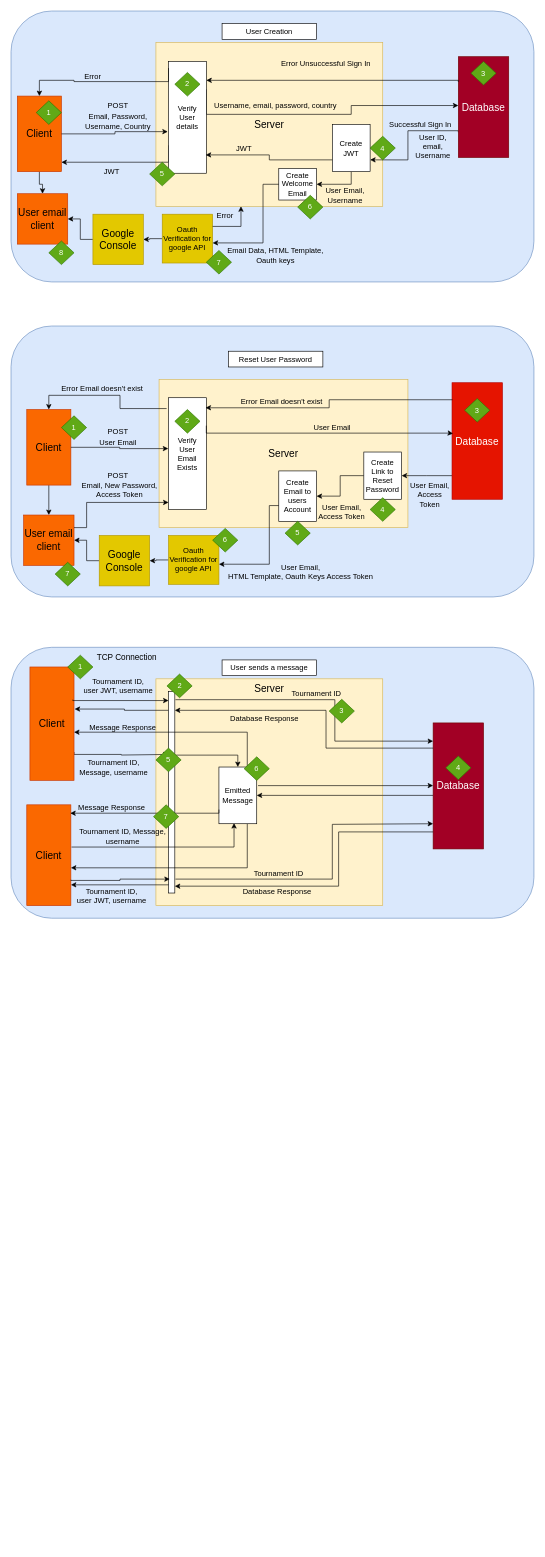
This is docs/User Creation Sequence Diagram.drawio from Bendavies96/T3A2-full-stack-app-part-a, a draw.io file, before an edit. Source tidied: cells renumbered, new cells numbered last; positions are measured from the earlier drawing's top-left corner, leaving out a move shared by most shapes. Both pictures are drawn from the tidied source at 63%, with x=0, y=0 at pixel (11, 11).
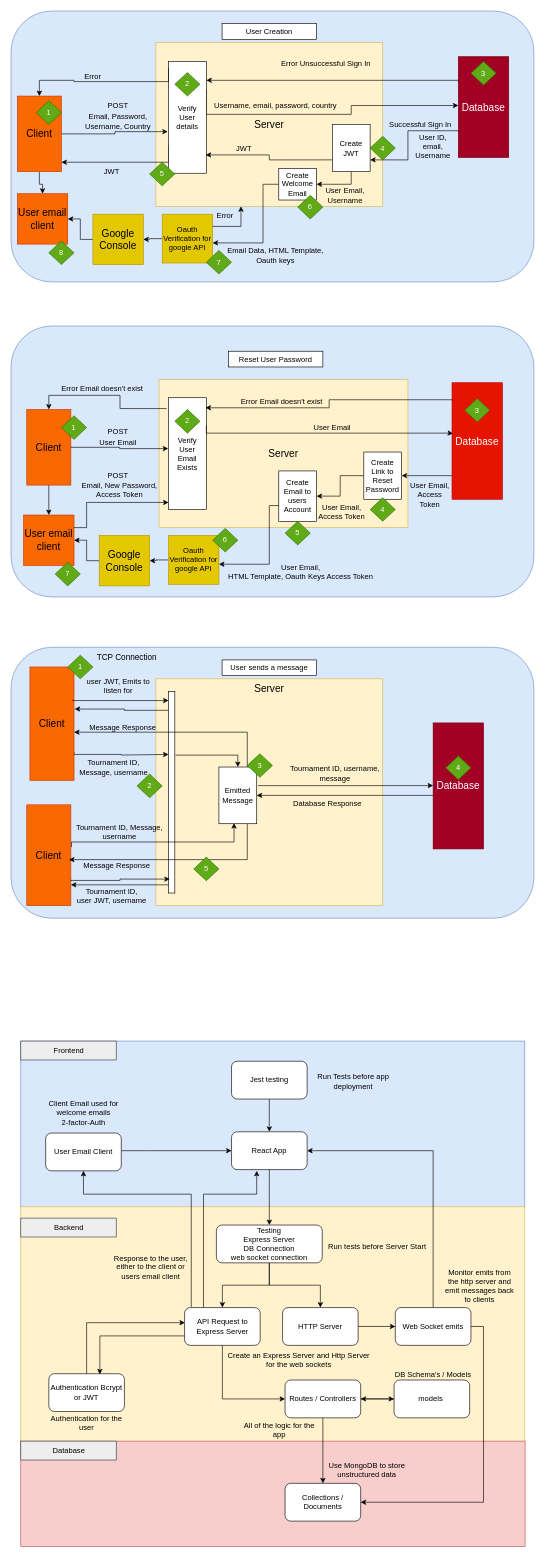
The same page after the edit.

Unchanged cells that the change refers to:
```xml
<mxCell id="97" style="rounded=0;whiteSpace=wrap;html=1;" parent="1" vertex="1">
  <mxGeometry x="250" y="1080" width="10" height="320" as="geometry" />
</mxCell>
<mxCell id="100" value="&lt;span style=&quot;font-size: 16px;&quot;&gt;Client&lt;/span&gt;" style="rounded=0;whiteSpace=wrap;html=1;fillColor=#fa6800;strokeColor=#C73500;fontColor=#000000;" parent="1" vertex="1">
  <mxGeometry x="25" y="1260" width="70" height="160" as="geometry" />
</mxCell>
<mxCell id="110" value="Emitted Message" style="rounded=0;whiteSpace=wrap;html=1;" parent="1" vertex="1">
  <mxGeometry x="330" y="1200" width="60" height="90" as="geometry" />
</mxCell>
```

Diff of the diagram source:
```diff
@@
-    <mxCell id="95" style="edgeStyle=orthogonalEdgeStyle;rounded=0;jettySize=auto;html=1;exitX=1.1;exitY=0.041;exitDx=0;exitDy=0;exitPerimeter=0;" parent="1" edge="1" source="97">
-      <mxGeometry relative="1" as="geometry">
-        <mxPoint x="670" y="1158.9" as="targetPoint" />
-        <Array as="points">
-          <mxPoint x="514" y="1093" />
-          <mxPoint x="514" y="1159" />
-        </Array>
-      </mxGeometry>
-    </mxCell>
@@
     <mxCell id="99" style="edgeStyle=orthogonalEdgeStyle;rounded=0;jettySize=auto;html=1;entryX=0.4;entryY=0.989;entryDx=0;entryDy=0;exitX=1.014;exitY=0.419;exitDx=0;exitDy=0;exitPerimeter=0;entryPerimeter=0;" parent="1" edge="1" source="100" target="110">
-      <mxGeometry relative="1" as="geometry" />
+      <mxGeometry relative="1" as="geometry">
+        <Array as="points">
+          <mxPoint x="96" y="1319" />
+          <mxPoint x="354" y="1319" />
+        </Array>
+      </mxGeometry>
     </mxCell>
@@
     <mxCell id="102" value="2" style="rhombus;whiteSpace=wrap;html=1;fillColor=#60a917;strokeColor=#2D7600;fontColor=#ffffff;" parent="1" vertex="1">
-      <mxGeometry x="247.5" y="1052.5" width="40" height="37.5" as="geometry" />
+      <mxGeometry x="200" y="1211.2" width="40" height="37.5" as="geometry" />
     </mxCell>
-    <mxCell id="103" value="3" style="rhombus;whiteSpace=wrap;html=1;fillColor=#60a917;strokeColor=#2D7600;fontColor=#ffffff;" parent="1" vertex="1">
-      <mxGeometry x="505" y="1092.5" width="40" height="37.5" as="geometry" />
-    </mxCell>
@@
-    <mxCell id="105" style="edgeStyle=orthogonalEdgeStyle;rounded=0;orthogonalLoop=1;jettySize=auto;html=1;" parent="1" edge="1">
-      <mxGeometry relative="1" as="geometry">
-        <mxPoint x="670" y="1170" as="sourcePoint" />
-        <mxPoint x="260" y="1110" as="targetPoint" />
-        <Array as="points">
-          <mxPoint x="667" y="1170" />
-          <mxPoint x="500" y="1170" />
-          <mxPoint x="500" y="1110" />
-        </Array>
-      </mxGeometry>
-    </mxCell>
-    <mxCell id="106" style="edgeStyle=orthogonalEdgeStyle;rounded=0;jettySize=auto;html=1;entryX=0;entryY=0.25;entryDx=0;entryDy=0;exitX=1.1;exitY=0.931;exitDx=0;exitDy=0;exitPerimeter=0;" parent="1" edge="1" source="97">
-      <mxGeometry relative="1" as="geometry">
-        <mxPoint x="670" y="1290" as="targetPoint" />
-        <Array as="points">
-          <mxPoint x="510" y="1378" />
-          <mxPoint x="510" y="1291" />
-        </Array>
-      </mxGeometry>
-    </mxCell>
-    <mxCell id="107" style="edgeStyle=orthogonalEdgeStyle;rounded=0;jettySize=auto;html=1;entryX=1;entryY=0.966;entryDx=0;entryDy=0;entryPerimeter=0;" parent="1" edge="1" target="97">
-      <mxGeometry relative="1" as="geometry">
-        <mxPoint x="670" y="1303" as="sourcePoint" />
-        <Array as="points">
-          <mxPoint x="520" y="1303" />
-          <mxPoint x="520" y="1389" />
-        </Array>
-      </mxGeometry>
-    </mxCell>
@@
     <mxCell id="109" style="edgeStyle=orthogonalEdgeStyle;rounded=0;jettySize=auto;html=1;exitX=0.75;exitY=1;exitDx=0;exitDy=0;" parent="1" edge="1" source="110">
       <mxGeometry relative="1" as="geometry">
-        <mxPoint x="95" y="1360" as="targetPoint" />
+        <mxPoint x="92" y="1347" as="targetPoint" />
         <Array as="points">
-          <mxPoint x="375" y="1360" />
-          <mxPoint x="95" y="1360" />
+          <mxPoint x="375" y="1347" />
         </Array>
       </mxGeometry>
     </mxCell>
@@
-    <mxCell id="112" style="edgeStyle=orthogonalEdgeStyle;rounded=0;jettySize=auto;html=1;exitX=0;exitY=0.75;exitDx=0;exitDy=0;entryX=0.986;entryY=0.083;entryDx=0;entryDy=0;entryPerimeter=0;" parent="1" edge="1" source="110" target="100">
-      <mxGeometry relative="1" as="geometry">
-        <Array as="points">
-          <mxPoint x="330" y="1273" />
-        </Array>
-      </mxGeometry>
-    </mxCell>
@@
     <mxCell id="115" value="5" style="rhombus;whiteSpace=wrap;html=1;fillColor=#60a917;strokeColor=#2D7600;fontColor=#ffffff;" parent="1" vertex="1">
-      <mxGeometry x="230" y="1170" width="40" height="37.5" as="geometry" />
+      <mxGeometry x="290" y="1343" width="40" height="37.5" as="geometry" />
     </mxCell>
-    <mxCell id="116" value="6" style="rhombus;whiteSpace=wrap;html=1;fillColor=#60a917;strokeColor=#2D7600;fontColor=#ffffff;" parent="1" vertex="1">
-      <mxGeometry x="370" y="1183.8" width="40" height="37.5" as="geometry" />
+    <mxCell id="116" value="3" style="rhombus;whiteSpace=wrap;html=1;fillColor=#60a917;strokeColor=#2D7600;fontColor=#ffffff;" parent="1" vertex="1">
+      <mxGeometry x="375" y="1178.8" width="40" height="37.5" as="geometry" />
     </mxCell>
-    <mxCell id="117" value="7" style="rhombus;whiteSpace=wrap;html=1;fillColor=#60a917;strokeColor=#2D7600;fontColor=#ffffff;" parent="1" vertex="1">
-      <mxGeometry x="226.2" y="1260" width="40" height="37.5" as="geometry" />
-    </mxCell>
@@
-    <mxCell id="119" value="Tournament ID,&lt;div&gt;user JWT, username&lt;/div&gt;" style="text;html=1;align=center;verticalAlign=middle;whiteSpace=wrap;rounded=0;" parent="1" vertex="1">
+    <mxCell id="119" value="&lt;div&gt;user JWT, Emits to listen for&lt;/div&gt;" style="text;html=1;align=center;verticalAlign=middle;whiteSpace=wrap;rounded=0;" parent="1" vertex="1">
       <mxGeometry x="107.5" y="1056.2" width="125" height="30" as="geometry" />
     </mxCell>
-    <mxCell id="120" value="Tournament ID" style="text;html=1;align=center;verticalAlign=middle;whiteSpace=wrap;rounded=0;" parent="1" vertex="1">
-      <mxGeometry x="415" y="1067.5" width="140" height="30" as="geometry" />
-    </mxCell>
@@
     <mxCell id="123" value="Message Response" style="text;html=1;align=center;verticalAlign=middle;whiteSpace=wrap;rounded=0;" parent="1" vertex="1">
-      <mxGeometry x="100" y="1250" width="120" height="30" as="geometry" />
+      <mxGeometry x="107.5" y="1341" width="120" height="30" as="geometry" />
     </mxCell>
@@
-    <mxCell id="125" value="Database Response" style="text;html=1;align=center;verticalAlign=middle;whiteSpace=wrap;rounded=0;" parent="1" vertex="1">
-      <mxGeometry x="310" y="1115" width="185" height="15" as="geometry" />
-    </mxCell>
-    <mxCell id="126" value="Tournament ID" style="text;html=1;align=center;verticalAlign=middle;whiteSpace=wrap;rounded=0;" parent="1" vertex="1">
-      <mxGeometry x="355" y="1360" width="140" height="20" as="geometry" />
+    <mxCell id="126" value="Tournament ID, username, message" style="text;html=1;align=center;verticalAlign=middle;whiteSpace=wrap;rounded=0;" parent="1" vertex="1">
+      <mxGeometry x="435" y="1193" width="159" height="34.5" as="geometry" />
     </mxCell>
     <mxCell id="127" value="Database Response" style="text;html=1;align=center;verticalAlign=middle;whiteSpace=wrap;rounded=0;" parent="1" vertex="1">
-      <mxGeometry x="330" y="1390" width="185" height="15" as="geometry" />
+      <mxGeometry x="410" y="1250" width="185" height="15" as="geometry" />
     </mxCell>
     <mxCell id="128" value="Tournament ID, Message, username" style="text;html=1;align=center;verticalAlign=middle;whiteSpace=wrap;rounded=0;" parent="1" vertex="1">
-      <mxGeometry x="96.2" y="1297.5" width="162.5" height="25" as="geometry" />
+      <mxGeometry x="91.2" y="1290" width="162.5" height="25" as="geometry" />
     </mxCell>
@@
+    <mxCell id="130" style="rounded=0;whiteSpace=wrap;html=1;fillColor=#dae8fc;strokeColor=#6c8ebf;" parent="1" vertex="1">
+      <mxGeometry x="15.5" y="1635" width="800" height="264" as="geometry" />
+    </mxCell>
+    <mxCell id="131" style="rounded=0;whiteSpace=wrap;html=1;fillColor=#fff2cc;strokeColor=#d6b656;" parent="1" vertex="1">
+      <mxGeometry x="15.5" y="1898" width="800" height="374" as="geometry" />
+    </mxCell>
+    <mxCell id="132" style="rounded=0;whiteSpace=wrap;html=1;fillColor=#f8cecc;strokeColor=#b85450;" parent="1" vertex="1">
+      <mxGeometry x="15.5" y="2270" width="800.5" height="167" as="geometry" />
+    </mxCell>
+    <mxCell id="133" value="Frontend" style="rounded=0;whiteSpace=wrap;html=1;fillColor=#eeeeee;strokeColor=#36393d;" parent="1" vertex="1">
+      <mxGeometry x="15.5" y="1635" width="151.5" height="30" as="geometry" />
+    </mxCell>
+    <mxCell id="134" value="Backend" style="rounded=0;whiteSpace=wrap;html=1;fillColor=#eeeeee;strokeColor=#36393d;" parent="1" vertex="1">
+      <mxGeometry x="15.5" y="1916" width="151.5" height="30" as="geometry" />
+    </mxCell>
+    <mxCell id="135" value="Database" style="rounded=0;whiteSpace=wrap;html=1;fillColor=#eeeeee;strokeColor=#36393d;" parent="1" vertex="1">
+      <mxGeometry x="15.5" y="2270" width="151.5" height="30" as="geometry" />
+    </mxCell>
+    <mxCell id="136" style="edgeStyle=orthogonalEdgeStyle;rounded=0;jettySize=auto;html=1;entryX=0.5;entryY=0;entryDx=0;entryDy=0;" parent="1" edge="1" source="137" target="161">
+      <mxGeometry relative="1" as="geometry">
+        <Array as="points">
+          <mxPoint x="410" y="1857" />
+          <mxPoint x="410" y="1857" />
+        </Array>
+      </mxGeometry>
+    </mxCell>
+    <mxCell id="137" value="React App" style="rounded=1;whiteSpace=wrap;html=1;" parent="1" vertex="1">
+      <mxGeometry x="350" y="1779" width="120" height="60" as="geometry" />
+    </mxCell>
+    <mxCell id="138" style="edgeStyle=orthogonalEdgeStyle;rounded=0;jettySize=auto;html=1;entryX=0.5;entryY=0;entryDx=0;entryDy=0;" parent="1" edge="1" source="139" target="137">
+      <mxGeometry relative="1" as="geometry" />
+    </mxCell>
+    <mxCell id="139" value="Jest testing" style="rounded=1;whiteSpace=wrap;html=1;" parent="1" vertex="1">
+      <mxGeometry x="350" y="1667" width="120" height="60" as="geometry" />
+    </mxCell>
+    <mxCell id="140" style="edgeStyle=orthogonalEdgeStyle;rounded=0;jettySize=auto;html=1;entryX=0;entryY=0.5;entryDx=0;entryDy=0;" parent="1" edge="1" source="141" target="137">
+      <mxGeometry relative="1" as="geometry">
+        <Array as="points">
+          <mxPoint x="217" y="1809" />
+          <mxPoint x="217" y="1809" />
+        </Array>
+      </mxGeometry>
+    </mxCell>
+    <mxCell id="141" value="User Email Client" style="rounded=1;whiteSpace=wrap;html=1;" parent="1" vertex="1">
+      <mxGeometry x="55" y="1781" width="120" height="60" as="geometry" />
+    </mxCell>
+    <mxCell id="142" style="edgeStyle=orthogonalEdgeStyle;rounded=0;jettySize=auto;html=1;entryX=0;entryY=0.5;entryDx=0;entryDy=0;exitX=0.5;exitY=1;exitDx=0;exitDy=0;" parent="1" edge="1" source="144" target="152">
+      <mxGeometry relative="1" as="geometry" />
+    </mxCell>
+    <mxCell id="143" style="edgeStyle=orthogonalEdgeStyle;rounded=0;jettySize=auto;html=1;exitX=0.088;exitY=-0.017;exitDx=0;exitDy=0;exitPerimeter=0;" parent="1" edge="1" source="144" target="141">
+      <mxGeometry relative="1" as="geometry">
+        <Array as="points">
+          <mxPoint x="286" y="1878" />
+          <mxPoint x="115" y="1878" />
+        </Array>
+      </mxGeometry>
+    </mxCell>
+    <mxCell id="144" value="API Request to Express Server" style="rounded=1;whiteSpace=wrap;html=1;" parent="1" vertex="1">
+      <mxGeometry x="275.5" y="2058" width="120" height="60" as="geometry" />
+    </mxCell>
+    <mxCell id="145" style="edgeStyle=orthogonalEdgeStyle;rounded=0;jettySize=auto;html=1;entryX=0;entryY=0.5;entryDx=0;entryDy=0;" parent="1" edge="1" source="146" target="155">
+      <mxGeometry relative="1" as="geometry" />
+    </mxCell>
+    <mxCell id="146" value="HTTP Server" style="rounded=1;whiteSpace=wrap;html=1;" parent="1" vertex="1">
+      <mxGeometry x="431" y="2058" width="120" height="60" as="geometry" />
+    </mxCell>
+    <mxCell id="147" value="Authentication Bcrypt or JWT" style="rounded=1;whiteSpace=wrap;html=1;" parent="1" vertex="1">
+      <mxGeometry x="60" y="2163" width="120" height="60" as="geometry" />
+    </mxCell>
+    <mxCell id="148" style="edgeStyle=orthogonalEdgeStyle;rounded=0;jettySize=auto;html=1;entryX=0.004;entryY=0.4;entryDx=0;entryDy=0;entryPerimeter=0;exitX=0.5;exitY=0;exitDx=0;exitDy=0;" parent="1" edge="1" source="147" target="144">
+      <mxGeometry relative="1" as="geometry" />
+    </mxCell>
+    <mxCell id="149" style="edgeStyle=orthogonalEdgeStyle;rounded=0;jettySize=auto;html=1;entryX=0.675;entryY=0.017;entryDx=0;entryDy=0;entryPerimeter=0;exitX=0;exitY=0.75;exitDx=0;exitDy=0;" parent="1" edge="1" source="144" target="147">
+      <mxGeometry relative="1" as="geometry" />
+    </mxCell>
+    <mxCell id="150" style="edgeStyle=orthogonalEdgeStyle;rounded=0;jettySize=auto;html=1;" parent="1" edge="1" source="152" target="158">
+      <mxGeometry relative="1" as="geometry" />
+    </mxCell>
+    <mxCell id="151" style="edgeStyle=orthogonalEdgeStyle;rounded=0;jettySize=auto;html=1;entryX=0.5;entryY=0;entryDx=0;entryDy=0;" parent="1" edge="1" source="152" target="156">
+      <mxGeometry relative="1" as="geometry" />
+    </mxCell>
+    <mxCell id="152" value="Routes / Controllers" style="rounded=1;whiteSpace=wrap;html=1;" parent="1" vertex="1">
+      <mxGeometry x="435" y="2173" width="120" height="60" as="geometry" />
+    </mxCell>
+    <mxCell id="153" style="edgeStyle=orthogonalEdgeStyle;rounded=0;jettySize=auto;html=1;entryX=1;entryY=0.5;entryDx=0;entryDy=0;exitX=1;exitY=0.5;exitDx=0;exitDy=0;" parent="1" edge="1" source="155" target="156">
+      <mxGeometry relative="1" as="geometry" />
+    </mxCell>
+    <mxCell id="154" style="edgeStyle=orthogonalEdgeStyle;rounded=0;jettySize=auto;html=1;entryX=1;entryY=0.5;entryDx=0;entryDy=0;exitX=0.5;exitY=0;exitDx=0;exitDy=0;" parent="1" edge="1" source="155" target="137">
+      <mxGeometry relative="1" as="geometry">
+        <Array as="points">
+          <mxPoint x="670" y="1809" />
+        </Array>
+      </mxGeometry>
+    </mxCell>
+    <mxCell id="155" value="Web Socket emits" style="rounded=1;whiteSpace=wrap;html=1;" parent="1" vertex="1">
+      <mxGeometry x="610" y="2058" width="120" height="60" as="geometry" />
+    </mxCell>
+    <mxCell id="156" value="Collections / Documents" style="rounded=1;whiteSpace=wrap;html=1;" parent="1" vertex="1">
+      <mxGeometry x="435" y="2337" width="120" height="60" as="geometry" />
+    </mxCell>
+    <mxCell id="157" style="edgeStyle=orthogonalEdgeStyle;rounded=0;jettySize=auto;html=1;entryX=1;entryY=0.5;entryDx=0;entryDy=0;" parent="1" edge="1" source="158" target="152">
+      <mxGeometry relative="1" as="geometry" />
+    </mxCell>
+    <mxCell id="158" value="models&amp;nbsp;" style="rounded=1;whiteSpace=wrap;html=1;" parent="1" vertex="1">
+      <mxGeometry x="608" y="2173" width="120" height="60" as="geometry" />
+    </mxCell>
+    <mxCell id="159" style="edgeStyle=orthogonalEdgeStyle;rounded=0;jettySize=auto;html=1;entryX=0.5;entryY=0;entryDx=0;entryDy=0;" parent="1" edge="1" source="161" target="144">
+      <mxGeometry relative="1" as="geometry" />
+    </mxCell>
+    <mxCell id="160" style="edgeStyle=orthogonalEdgeStyle;rounded=0;jettySize=auto;html=1;entryX=0.5;entryY=0;entryDx=0;entryDy=0;" parent="1" edge="1" source="161" target="146">
+      <mxGeometry relative="1" as="geometry" />
+    </mxCell>
+    <mxCell id="161" value="Testing&lt;div&gt;Express Server&lt;br&gt;&lt;div&gt;&amp;nbsp;DB Connection&amp;nbsp;&lt;/div&gt;&lt;div&gt;web socket connection&lt;/div&gt;&lt;/div&gt;" style="rounded=1;whiteSpace=wrap;html=1;" parent="1" vertex="1">
+      <mxGeometry x="326" y="1927" width="168" height="60" as="geometry" />
+    </mxCell>
+    <mxCell id="162" value="Run Tests before app deployment" style="text;html=1;align=center;verticalAlign=middle;whiteSpace=wrap;rounded=0;" parent="1" vertex="1">
+      <mxGeometry x="462" y="1679" width="162.5" height="40" as="geometry" />
+    </mxCell>
+    <mxCell id="163" value="Client Email used for welcome emails&lt;div&gt;2-factor-Auth&lt;/div&gt;" style="text;html=1;align=center;verticalAlign=middle;whiteSpace=wrap;rounded=0;" parent="1" vertex="1">
+      <mxGeometry x="33.8" y="1718" width="162.5" height="61" as="geometry" />
+    </mxCell>
+    <mxCell id="164" value="Run tests before Server Start" style="text;html=1;align=center;verticalAlign=middle;whiteSpace=wrap;rounded=0;" parent="1" vertex="1">
+      <mxGeometry x="500" y="1941" width="162.5" height="40" as="geometry" />
+    </mxCell>
+    <mxCell id="165" value="Create an Express Server and Http Server for the web sockets" style="text;html=1;align=center;verticalAlign=middle;whiteSpace=wrap;rounded=0;" parent="1" vertex="1">
+      <mxGeometry x="335" y="2121" width="243.5" height="40" as="geometry" />
+    </mxCell>
+    <mxCell id="166" value="Monitor emits from the http server and emit messages back to clients" style="text;html=1;align=center;verticalAlign=middle;whiteSpace=wrap;rounded=0;" parent="1" vertex="1">
+      <mxGeometry x="684" y="1985" width="120" height="78" as="geometry" />
+    </mxCell>
+    <mxCell id="167" value="Use MongoDB to store unstructured data" style="text;html=1;align=center;verticalAlign=middle;whiteSpace=wrap;rounded=0;" parent="1" vertex="1">
+      <mxGeometry x="502" y="2277" width="126" height="78" as="geometry" />
+    </mxCell>
+    <mxCell id="168" value="All of the logic for the app" style="text;html=1;align=center;verticalAlign=middle;whiteSpace=wrap;rounded=0;" parent="1" vertex="1">
+      <mxGeometry x="365.5" y="2213" width="120" height="78" as="geometry" />
+    </mxCell>
+    <mxCell id="169" value="Response to the user, either to the client or users email client" style="text;html=1;align=center;verticalAlign=middle;whiteSpace=wrap;rounded=0;" parent="1" vertex="1">
+      <mxGeometry x="162" y="1955" width="120" height="78" as="geometry" />
+    </mxCell>
+    <mxCell id="170" value="Authentication for the user" style="text;html=1;align=center;verticalAlign=middle;whiteSpace=wrap;rounded=0;" parent="1" vertex="1">
+      <mxGeometry x="60" y="2202" width="120" height="78" as="geometry" />
+    </mxCell>
+    <mxCell id="171" style="edgeStyle=orthogonalEdgeStyle;rounded=0;jettySize=auto;html=1;exitX=0.25;exitY=0;exitDx=0;exitDy=0;entryX=0.333;entryY=1.033;entryDx=0;entryDy=0;entryPerimeter=0;" parent="1" edge="1" source="144" target="137">
+      <mxGeometry relative="1" as="geometry">
+        <Array as="points">
+          <mxPoint x="306" y="1878" />
+          <mxPoint x="390" y="1878" />
+        </Array>
+      </mxGeometry>
+    </mxCell>
+    <mxCell id="172" value="DB Schema's / Models" style="text;html=1;align=center;verticalAlign=middle;whiteSpace=wrap;rounded=0;" parent="1" vertex="1">
+      <mxGeometry x="548" y="2154" width="244" height="19" as="geometry" />
+    </mxCell>
```
